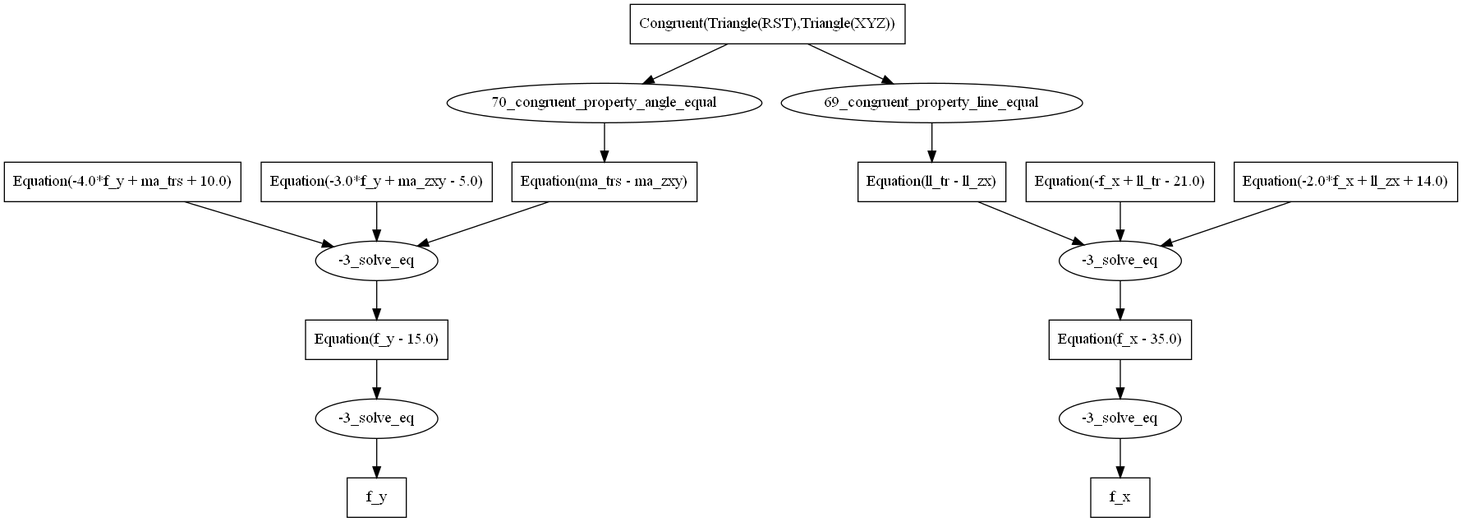
Before: GeoMechanical/solution_data/g3k_normal/0.gv.png, a diagram exported from Graphviz (BitSecret/HyperGNet). Its source is kept beside it as GeoMechanical/solution_data/g3k_normal/0.gv.
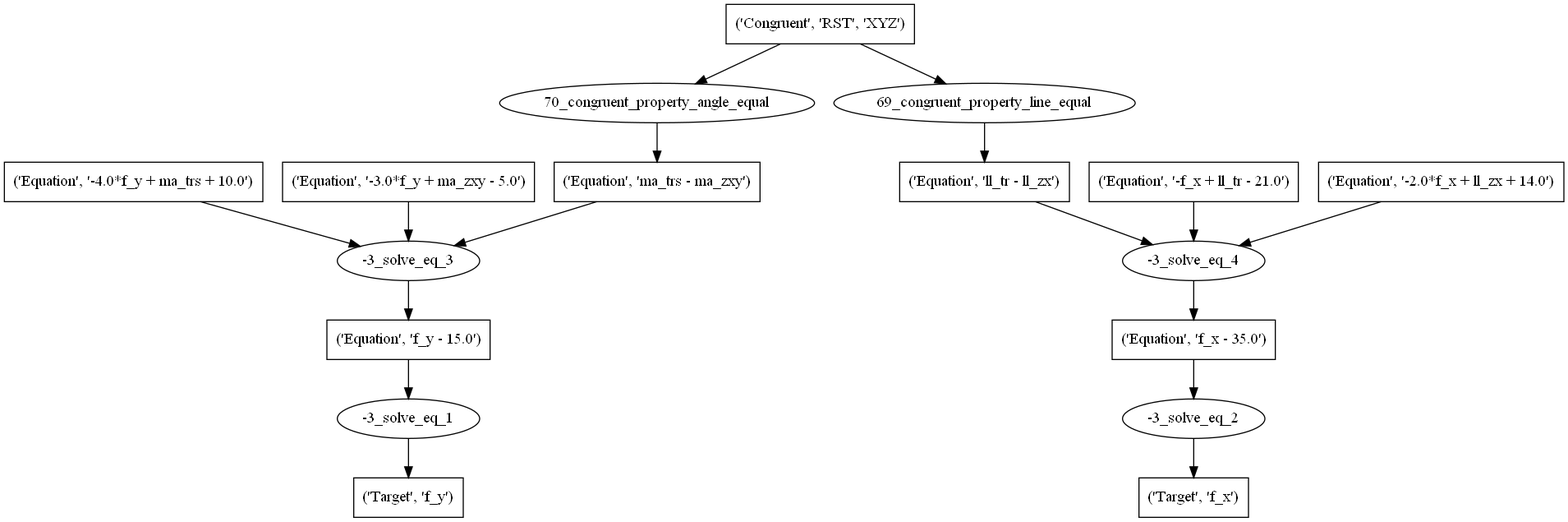
Later version of the same file.

The edit, as a diff of the source:
```diff
@@ -1,33 +1,33 @@
 digraph 0 {
-	0 [label=f_y shape=box]
-	1 [label="-3_solve_eq"]
+	0 [label="('Target', 'f_y')" shape=box]
+	1 [label="-3_solve_eq_1"]
 	1 -> 0
-	2 [label="Equation(f_y - 15.0)" shape=box]
+	2 [label="('Equation', 'f_y - 15.0')" shape=box]
 	2 -> 1
-	3 [label=f_x shape=box]
-	4 [label="-3_solve_eq"]
+	3 [label="('Target', 'f_x')" shape=box]
+	4 [label="-3_solve_eq_2"]
 	4 -> 3
-	5 [label="Equation(f_x - 35.0)" shape=box]
+	5 [label="('Equation', 'f_x - 35.0')" shape=box]
 	5 -> 4
-	6 [label="-3_solve_eq"]
+	6 [label="-3_solve_eq_3"]
 	6 -> 2
-	7 [label="Equation(-4.0*f_y + ma_trs + 10.0)" shape=box]
+	7 [label="('Equation', '-4.0*f_y + ma_trs + 10.0')" shape=box]
 	7 -> 6
-	8 [label="Equation(-3.0*f_y + ma_zxy - 5.0)" shape=box]
+	8 [label="('Equation', '-3.0*f_y + ma_zxy - 5.0')" shape=box]
 	8 -> 6
-	9 [label="Equation(ma_trs - ma_zxy)" shape=box]
+	9 [label="('Equation', 'ma_trs - ma_zxy')" shape=box]
 	9 -> 6
-	10 [label="-3_solve_eq"]
+	10 [label="-3_solve_eq_4"]
 	10 -> 5
-	11 [label="Equation(-f_x + ll_tr - 21.0)" shape=box]
+	11 [label="('Equation', '-f_x + ll_tr - 21.0')" shape=box]
 	11 -> 10
-	12 [label="Equation(-2.0*f_x + ll_zx + 14.0)" shape=box]
+	12 [label="('Equation', '-2.0*f_x + ll_zx + 14.0')" shape=box]
 	12 -> 10
-	13 [label="Equation(ll_tr - ll_zx)" shape=box]
+	13 [label="('Equation', 'll_tr - ll_zx')" shape=box]
 	13 -> 10
 	14 [label="70_congruent_property_angle_equal"]
 	14 -> 9
-	15 [label="Congruent(Triangle(RST),Triangle(XYZ))" shape=box]
+	15 [label="('Congruent', 'RST', 'XYZ')" shape=box]
 	15 -> 14
 	16 [label="69_congruent_property_line_equal"]
 	16 -> 13
```
